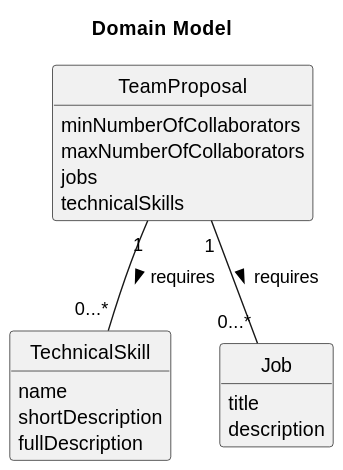
RicardoMorim/lapr2-ISEP-Project keeps this PlantUML diagram as docs/sprintB/us005/02.analysis/svg/005-domain-model.svg. Above is the earlier version. Source of this version:
```plantuml
@startuml
hide methods
hide circle

title Domain Model

class TeamProposal{
    minNumberOfCollaborators
    maxNumberOfCollaborators
    jobs
    technicalSkills

}


class TechnicalSkill {
        name
        shortDescription
        fullDescription
}

class Job{
    title
    description
}


TeamProposal "1" -- "0...*" TechnicalSkill : requires >
TeamProposal "1" -- "0...*" Job : requires >
@enduml
```
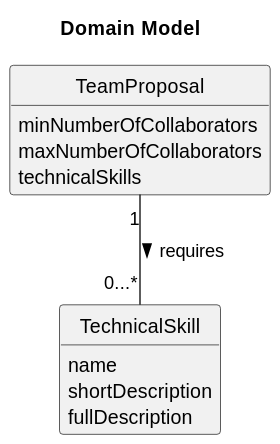
The same diagram one commit later.

The edit, as a diff of the source:
```diff
@@ -7,7 +7,6 @@
 class TeamProposal{
     minNumberOfCollaborators
     maxNumberOfCollaborators
-    jobs
     technicalSkills
 
 }
@@ -19,12 +18,7 @@
         fullDescription
 }
 
-class Job{
-    title
-    description
-}
 
 
 TeamProposal "1" -- "0...*" TechnicalSkill : requires >
-TeamProposal "1" -- "0...*" Job : requires >
 @enduml
```
